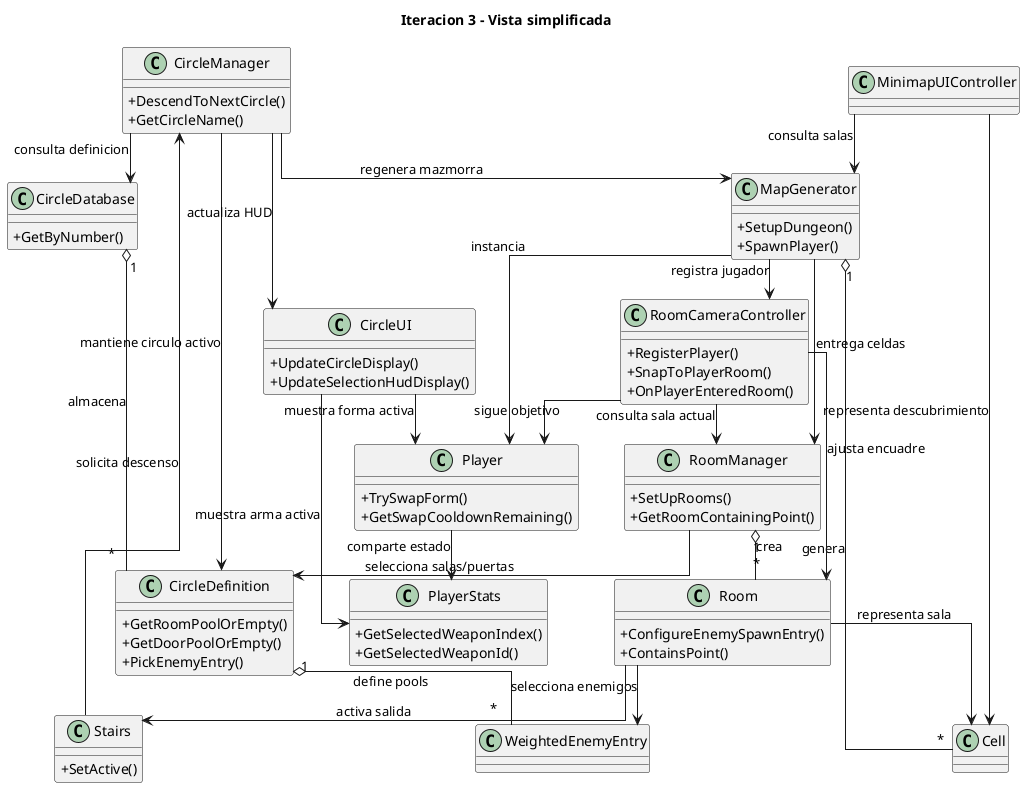
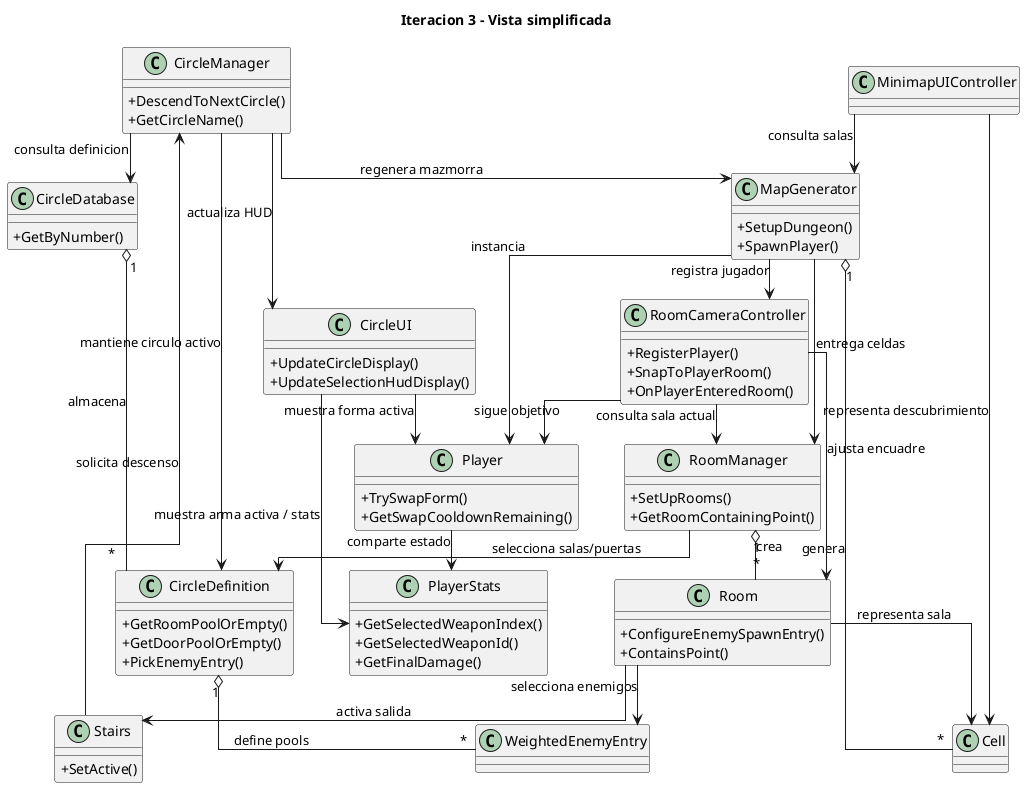
@startuml
skinparam backgroundColor white
skinparam shadowing false
skinparam classAttributeIconSize 0
skinparam packageStyle rectangle
skinparam linetype ortho
skinparam nodesep 45
skinparam ranksep 40

title Iteracion 3 - Vista simplificada

class CircleManager {
  +DescendToNextCircle()
  +GetCircleName()
}

class CircleDatabase {
  +GetByNumber()
}

class CircleDefinition {
  +GetRoomPoolOrEmpty()
  +GetDoorPoolOrEmpty()
  +PickEnemyEntry()
}

class WeightedEnemyEntry

class CircleUI {
  +UpdateCircleDisplay()
  +UpdateSelectionHudDisplay()
}

class Stairs {
  +SetActive()
}

class MapGenerator {
  +SetupDungeon()
  +SpawnPlayer()
}

class Cell

class RoomManager {
  +SetUpRooms()
  +GetRoomContainingPoint()
}

class Room {
  +ConfigureEnemySpawnEntry()
  +ContainsPoint()
}

class RoomCameraController {
  +RegisterPlayer()
  +SnapToPlayerRoom()
  +OnPlayerEnteredRoom()
}

class Player {
  +TrySwapForm()
  +GetSwapCooldownRemaining()
}

class PlayerStats {
  +GetSelectedWeaponIndex()
  +GetSelectedWeaponId()
+   +GetFinalDamage()
}

class MinimapUIController

CircleManager --> CircleDatabase : consulta definicion
CircleManager --> CircleDefinition : mantiene circulo activo
CircleManager --> CircleUI : actualiza HUD
CircleManager --> MapGenerator : regenera mazmorra

CircleDatabase "1" o-- "*" CircleDefinition : almacena
CircleDefinition "1" o-- "*" WeightedEnemyEntry : define pools

Stairs --> CircleManager : solicita descenso

MapGenerator "1" o-- "*" Cell : genera
MapGenerator --> RoomManager : entrega celdas
MapGenerator --> RoomCameraController : registra jugador
MapGenerator --> Player : instancia

RoomManager --> CircleDefinition : selecciona salas/puertas
RoomManager "1" o-- "*" Room : crea

Room --> WeightedEnemyEntry : selecciona enemigos
Room --> Cell : representa sala
Room --> Stairs : activa salida

RoomCameraController --> RoomManager : consulta sala actual
RoomCameraController --> Room : ajusta encuadre
RoomCameraController --> Player : sigue objetivo

Player --> PlayerStats : comparte estado
CircleUI --> Player : muestra forma activa
- CircleUI --> PlayerStats : muestra arma activa
+ CircleUI --> PlayerStats : muestra arma activa / stats

MinimapUIController --> MapGenerator : consulta salas
MinimapUIController --> Cell : representa descubrimiento

@enduml
